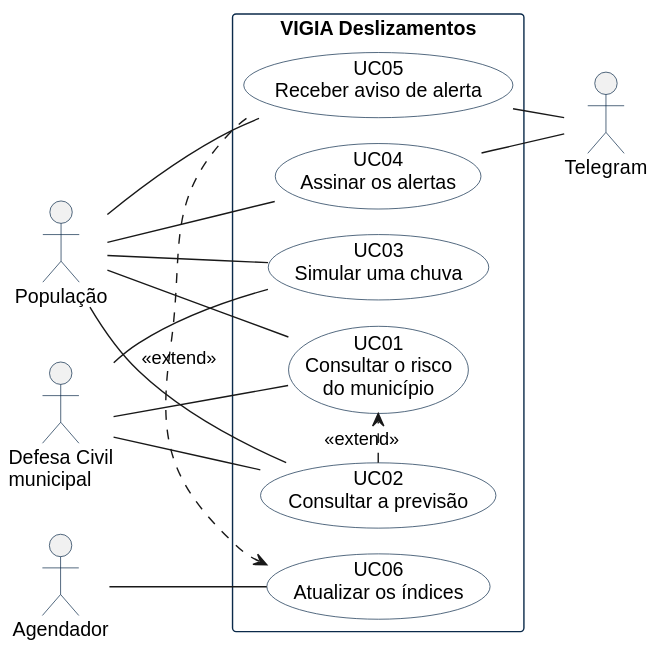
This is docs/diagramas/casos-de-uso.svg from KaiquedeOliveiraa/vigia-deslizamentos, a PlantUML export, as it was before one commit.
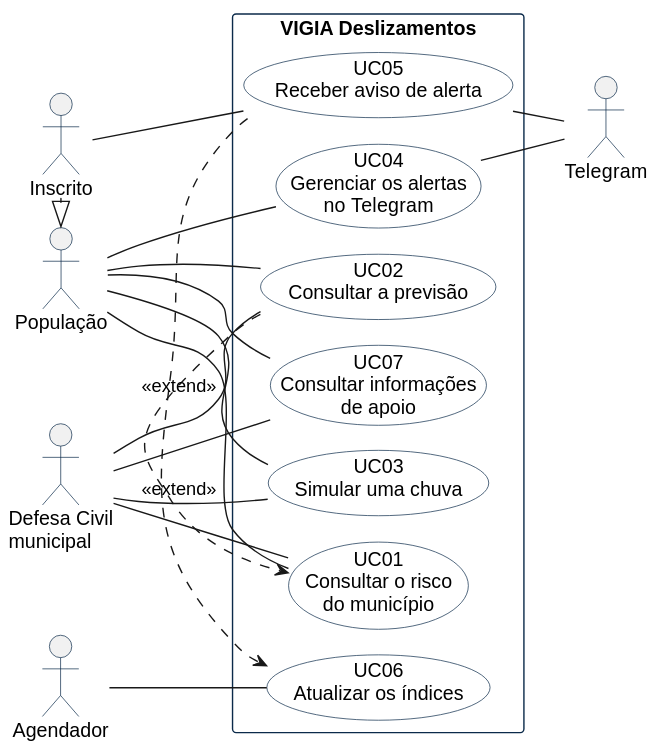
The same file after the commit.

What changed in the source:
```diff
@@ -16,14 +16,18 @@
 }
 
 actor "População" as POP
+actor "Inscrito" as INS
 actor "Defesa Civil\nmunicipal" as DC
 actor "Agendador" as AG
+
+INS -|> POP
 
 rectangle "VIGIA Deslizamentos" {
   usecase "UC01\nConsultar o risco\ndo município" as UC1
   usecase "UC02\nConsultar a previsão" as UC2
   usecase "UC03\nSimular uma chuva" as UC3
-  usecase "UC04\nAssinar os alertas" as UC4
+  usecase "UC07\nConsultar informações\nde apoio" as UC7
+  usecase "UC04\nGerenciar os alertas\nno Telegram" as UC4
   usecase "UC05\nReceber aviso de alerta" as UC5
   usecase "UC06\nAtualizar os índices" as UC6
 }
@@ -33,11 +37,13 @@
 POP -- UC1
 POP -- UC2
 POP -- UC3
+POP -- UC7
 POP -- UC4
-POP -- UC5
+INS -- UC5
 DC -- UC1
 DC -- UC2
 DC -- UC3
+DC -- UC7
 AG -- UC6
 
 UC2 .> UC1 : <<extend>>
```
